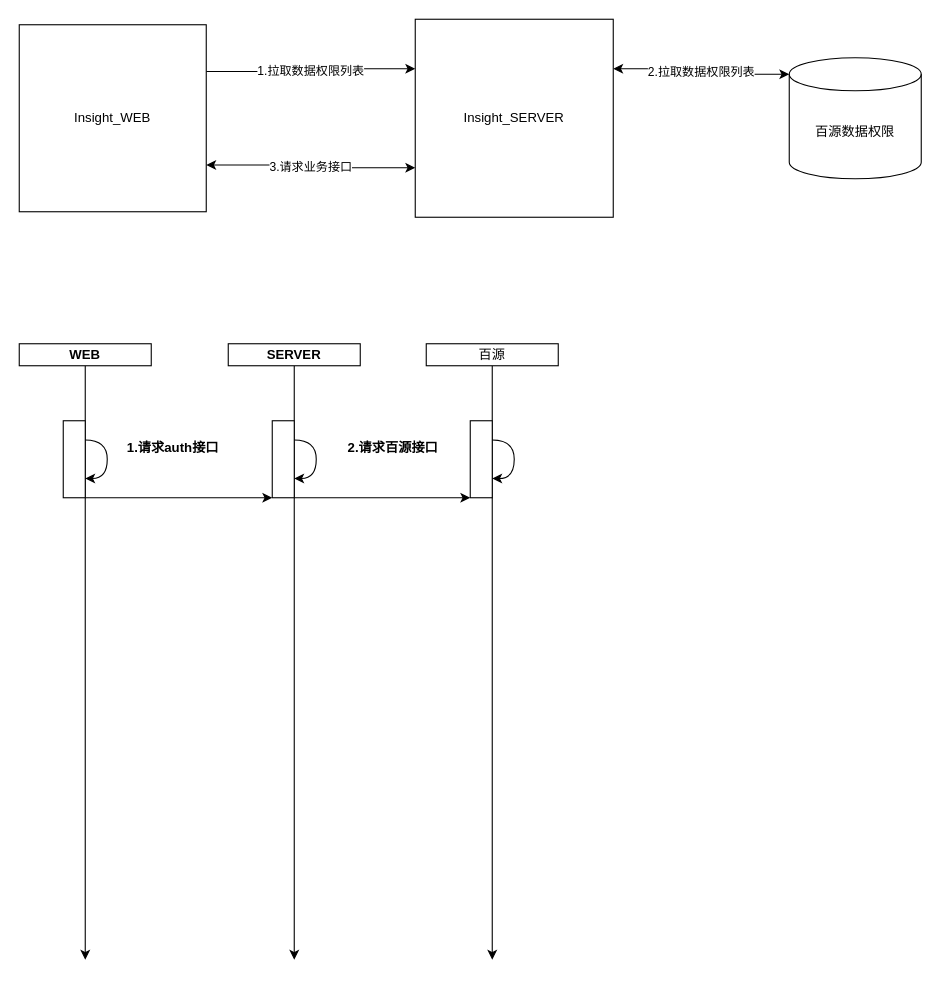
The draw.io diagram 百源.drawio in ChrisFynnWang/algorithm, before the edit. Source tidied: cells renumbered, new cells numbered last; positions are measured from the earlier drawing's top-left corner, leaving out a move shared by most shapes. Both pictures are drawn from the tidied source at 110%, with x=0, y=0 at pixel (19, 19).
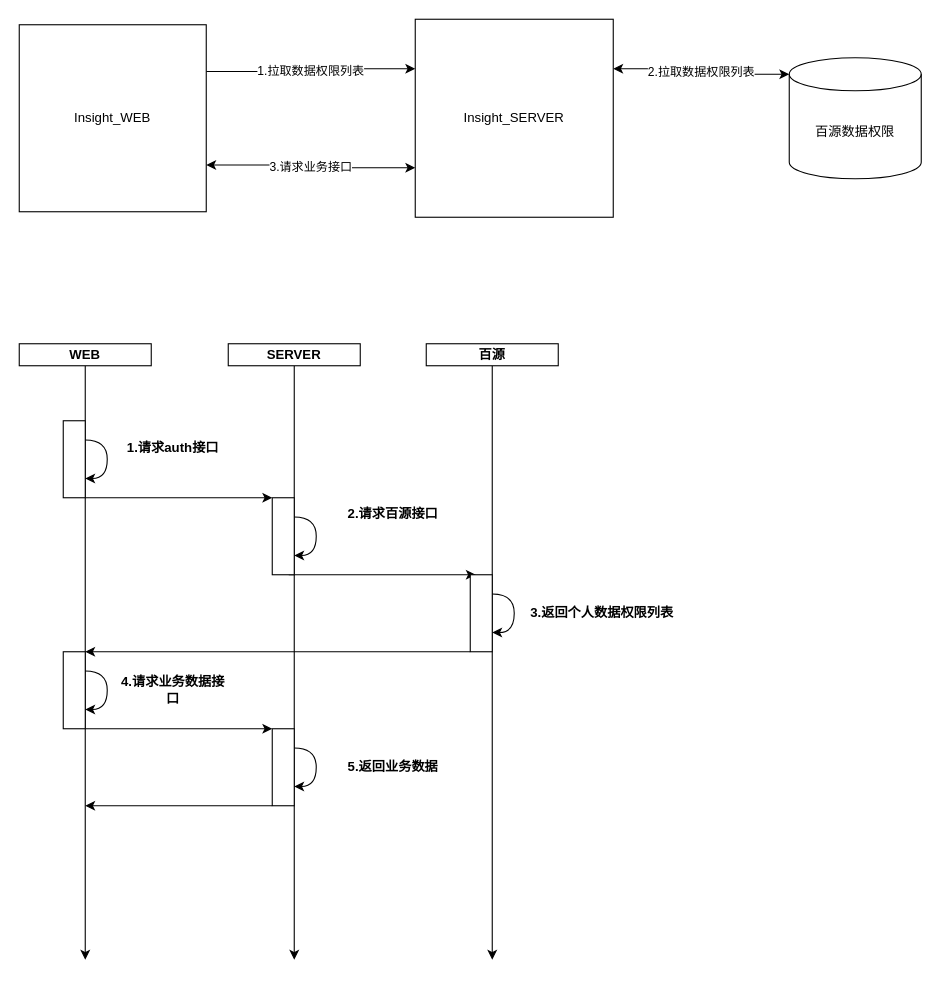
The same diagram, later.

Unchanged cells that the change refers to:
```xml
<mxCell id="15" style="rounded=0;whiteSpace=wrap;html=1;" parent="1" vertex="1">
  <mxGeometry x="40" y="365" width="20" height="70" as="geometry" />
</mxCell>
```

Change to the diagram source:
```diff
@@
-    <mxCell id="13" value="百源" style="rounded=0;whiteSpace=wrap;html=1;" parent="1" vertex="1">
+    <mxCell id="13" value="百源" style="rounded=0;whiteSpace=wrap;html=1;fontStyle=1;" parent="1" vertex="1">
       <mxGeometry x="370" y="295" width="120" height="20" as="geometry" />
     </mxCell>
-    <mxCell id="14" style="rounded=0;jettySize=auto;html=1;exitX=1;exitY=1;exitDx=0;exitDy=0;startArrow=none;startFill=0;entryX=0;entryY=1;entryDx=0;entryDy=0;" parent="1" edge="1" source="15" target="18">
+    <mxCell id="14" style="rounded=0;jettySize=auto;html=1;exitX=1;exitY=1;exitDx=0;exitDy=0;startArrow=none;startFill=0;entryX=0;entryY=0;entryDx=0;entryDy=0;" parent="1" edge="1" source="15" target="18">
       <mxGeometry relative="1" as="geometry" />
     </mxCell>
@@
-    <mxCell id="17" style="edgeStyle=none;rounded=0;jettySize=auto;html=1;exitX=1;exitY=1;exitDx=0;exitDy=0;entryX=0;entryY=1;entryDx=0;entryDy=0;startArrow=none;startFill=0;" parent="1" edge="1" source="18" target="20">
+    <mxCell id="17" style="edgeStyle=none;rounded=0;jettySize=auto;html=1;exitX=0.75;exitY=1;exitDx=0;exitDy=0;entryX=0.25;entryY=0;entryDx=0;entryDy=0;startArrow=none;startFill=0;" parent="1" edge="1" source="18" target="20">
       <mxGeometry relative="1" as="geometry" />
     </mxCell>
     <mxCell id="18" style="rounded=0;whiteSpace=wrap;html=1;" parent="1" vertex="1">
-      <mxGeometry x="230" y="365" width="20" height="70" as="geometry" />
+      <mxGeometry x="230" y="435" width="20" height="70" as="geometry" />
     </mxCell>
     <mxCell id="19" style="edgeStyle=orthogonalEdgeStyle;rounded=0;orthogonalLoop=1;jettySize=auto;html=1;exitX=1;exitY=0.25;exitDx=0;exitDy=0;entryX=1;entryY=0.75;entryDx=0;entryDy=0;startArrow=none;startFill=0;curved=1;" parent="1" edge="1" source="18" target="18">
       <mxGeometry relative="1" as="geometry">
         <Array as="points">
-          <mxPoint x="270" y="383" />
-          <mxPoint x="270" y="418" />
+          <mxPoint x="270" y="453" />
+          <mxPoint x="270" y="488" />
         </Array>
       </mxGeometry>
     </mxCell>
+    <mxCell id="24" style="edgeStyle=none;rounded=0;jettySize=auto;html=1;exitX=0;exitY=1;exitDx=0;exitDy=0;startArrow=none;startFill=0;" parent="1" edge="1" source="20">
+      <mxGeometry relative="1" as="geometry">
+        <mxPoint x="60" y="575" as="targetPoint" />
+      </mxGeometry>
+    </mxCell>
     <mxCell id="20" style="rounded=0;whiteSpace=wrap;html=1;" parent="1" vertex="1">
-      <mxGeometry x="410" y="365" width="20" height="70" as="geometry" />
+      <mxGeometry x="410" y="505" width="20" height="70" as="geometry" />
     </mxCell>
     <mxCell id="21" style="edgeStyle=orthogonalEdgeStyle;rounded=0;orthogonalLoop=1;jettySize=auto;html=1;exitX=1;exitY=0.25;exitDx=0;exitDy=0;entryX=1;entryY=0.75;entryDx=0;entryDy=0;startArrow=none;startFill=0;curved=1;" parent="1" edge="1" source="20" target="20">
       <mxGeometry relative="1" as="geometry">
         <Array as="points">
-          <mxPoint x="450" y="383" />
-          <mxPoint x="450" y="418" />
+          <mxPoint x="450" y="523" />
+          <mxPoint x="450" y="558" />
         </Array>
       </mxGeometry>
     </mxCell>
@@
     <mxCell id="23" value="&lt;b&gt;2.请求百源接口&lt;/b&gt;" style="text;html=1;strokeColor=none;fillColor=none;align=center;verticalAlign=middle;whiteSpace=wrap;rounded=0;" parent="1" vertex="1">
-      <mxGeometry x="290" y="375" width="100" height="30" as="geometry" />
+      <mxGeometry x="290" y="435" width="100" height="30" as="geometry" />
     </mxCell>
+    <mxCell id="25" value="&lt;b&gt;3.返回个人数据权限列表&lt;/b&gt;" style="text;html=1;strokeColor=none;fillColor=none;align=center;verticalAlign=middle;whiteSpace=wrap;rounded=0;" parent="1" vertex="1">
+      <mxGeometry x="460" y="525" width="140" height="30" as="geometry" />
+    </mxCell>
+    <mxCell id="26" style="edgeStyle=none;rounded=0;jettySize=auto;html=1;exitX=1;exitY=1;exitDx=0;exitDy=0;entryX=0;entryY=0;entryDx=0;entryDy=0;startArrow=none;startFill=0;" parent="1" edge="1" source="27" target="31">
+      <mxGeometry relative="1" as="geometry" />
+    </mxCell>
+    <mxCell id="27" style="rounded=0;whiteSpace=wrap;html=1;" parent="1" vertex="1">
+      <mxGeometry x="40" y="575" width="20" height="70" as="geometry" />
+    </mxCell>
+    <mxCell id="28" style="edgeStyle=orthogonalEdgeStyle;rounded=0;orthogonalLoop=1;jettySize=auto;html=1;exitX=1;exitY=0.25;exitDx=0;exitDy=0;entryX=1;entryY=0.75;entryDx=0;entryDy=0;startArrow=none;startFill=0;curved=1;" parent="1" edge="1" source="27" target="27">
+      <mxGeometry relative="1" as="geometry">
+        <Array as="points">
+          <mxPoint x="80" y="593" />
+          <mxPoint x="80" y="628" />
+        </Array>
+      </mxGeometry>
+    </mxCell>
+    <mxCell id="29" value="&lt;b&gt;4.请求业务数据接口&lt;/b&gt;" style="text;html=1;strokeColor=none;fillColor=none;align=center;verticalAlign=middle;whiteSpace=wrap;rounded=0;" parent="1" vertex="1">
+      <mxGeometry x="90" y="595" width="100" height="30" as="geometry" />
+    </mxCell>
+    <mxCell id="30" style="edgeStyle=none;rounded=0;jettySize=auto;html=1;exitX=0;exitY=1;exitDx=0;exitDy=0;startArrow=none;startFill=0;" parent="1" edge="1" source="31">
+      <mxGeometry relative="1" as="geometry">
+        <mxPoint x="60" y="715" as="targetPoint" />
+      </mxGeometry>
+    </mxCell>
+    <mxCell id="31" style="rounded=0;whiteSpace=wrap;html=1;" parent="1" vertex="1">
+      <mxGeometry x="230" y="645" width="20" height="70" as="geometry" />
+    </mxCell>
+    <mxCell id="32" style="edgeStyle=orthogonalEdgeStyle;rounded=0;orthogonalLoop=1;jettySize=auto;html=1;exitX=1;exitY=0.25;exitDx=0;exitDy=0;entryX=1;entryY=0.75;entryDx=0;entryDy=0;startArrow=none;startFill=0;curved=1;" parent="1" edge="1" source="31" target="31">
+      <mxGeometry relative="1" as="geometry">
+        <Array as="points">
+          <mxPoint x="270" y="663" />
+          <mxPoint x="270" y="698" />
+        </Array>
+      </mxGeometry>
+    </mxCell>
+    <mxCell id="33" value="&lt;b&gt;5.返回业务数据&lt;/b&gt;" style="text;html=1;strokeColor=none;fillColor=none;align=center;verticalAlign=middle;whiteSpace=wrap;rounded=0;" parent="1" vertex="1">
+      <mxGeometry x="290" y="665" width="100" height="30" as="geometry" />
+    </mxCell>
```
